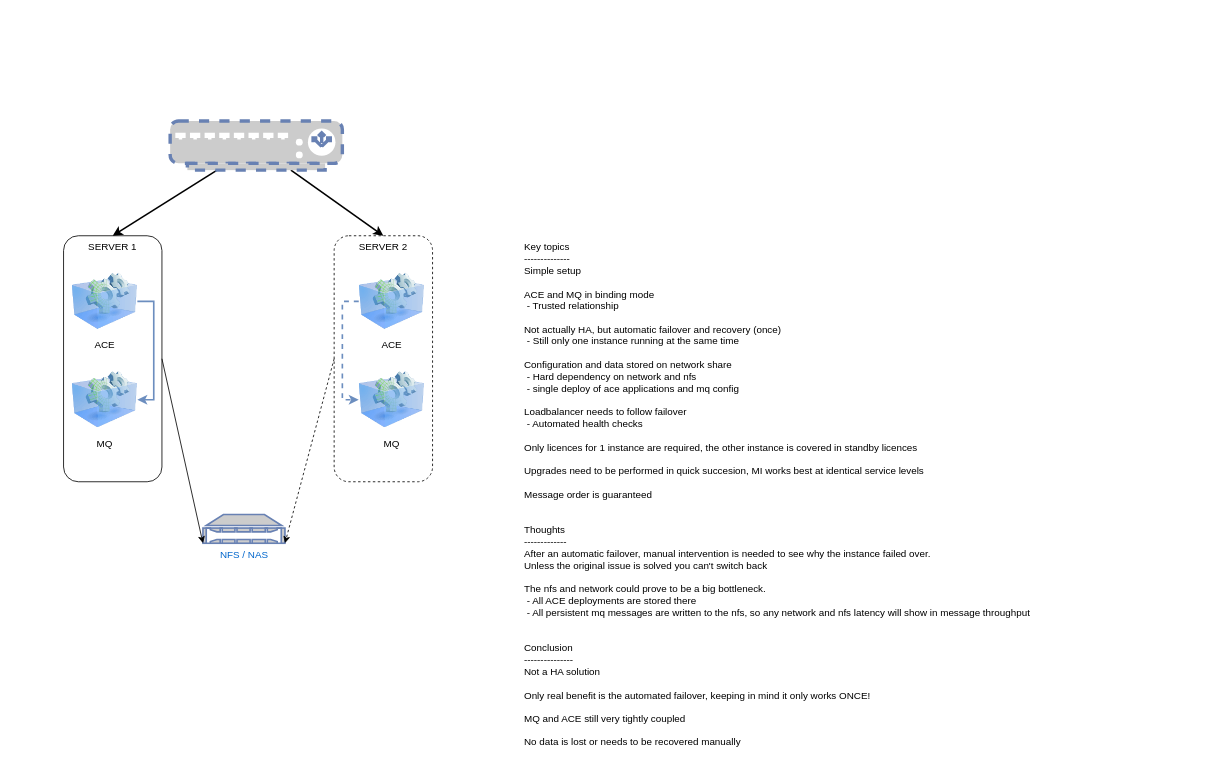
Earlier version of the draw.io diagram page "Multi-instance" (1 of 10) of Designs/ACE/HighAvailabilityScenarios.drawio (matthiasblomme/MixedTools). Source tidied: cells renumbered, new cells numbered last; positions are measured from the earlier drawing's top-left corner, leaving out a move shared by most shapes. Both pictures are drawn from the tidied source at 82%, with x=0, y=0 at pixel (63, 121).
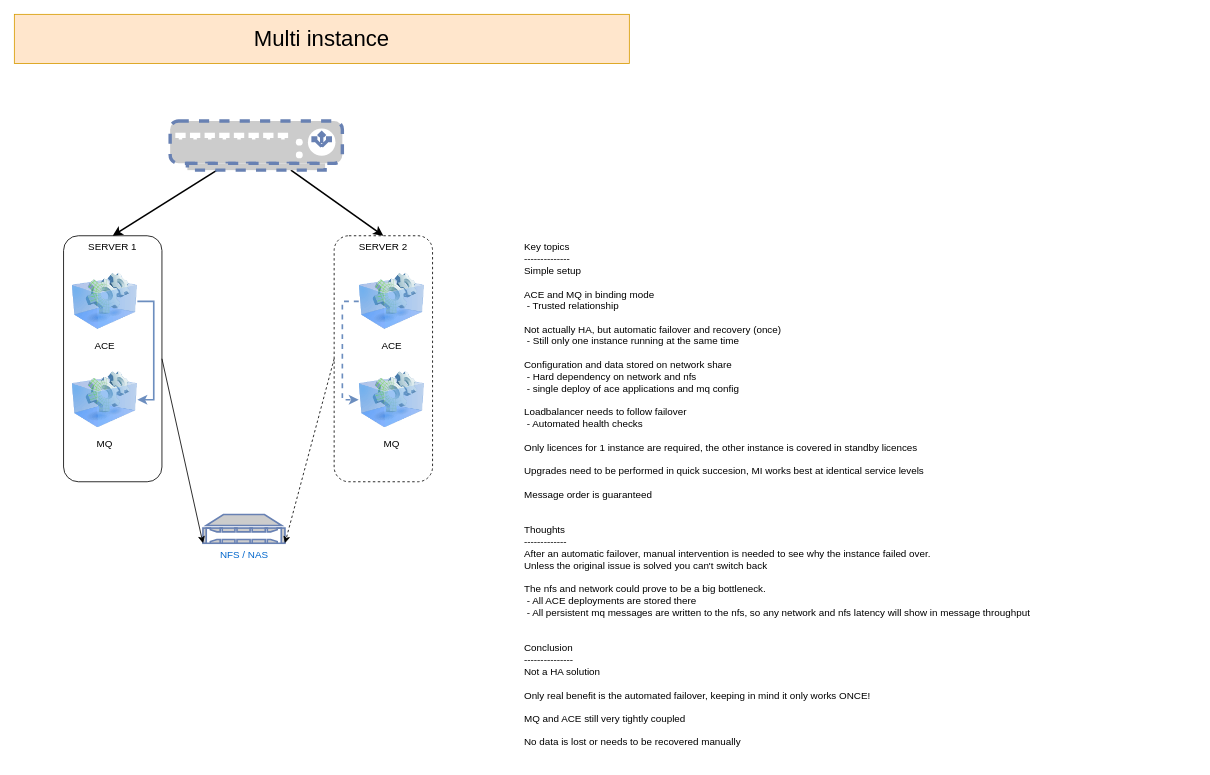
After the change.

What changed in the source:
```diff
@@
+    <mxCell id="17" value="Multi instance" style="text;html=1;strokeColor=#d79b00;fillColor=#ffe6cc;align=center;verticalAlign=middle;whiteSpace=wrap;rounded=0;fontSize=27;" parent="1" vertex="1">
+      <mxGeometry x="-60" y="-130" width="750" height="60" as="geometry" />
+    </mxCell>
```
